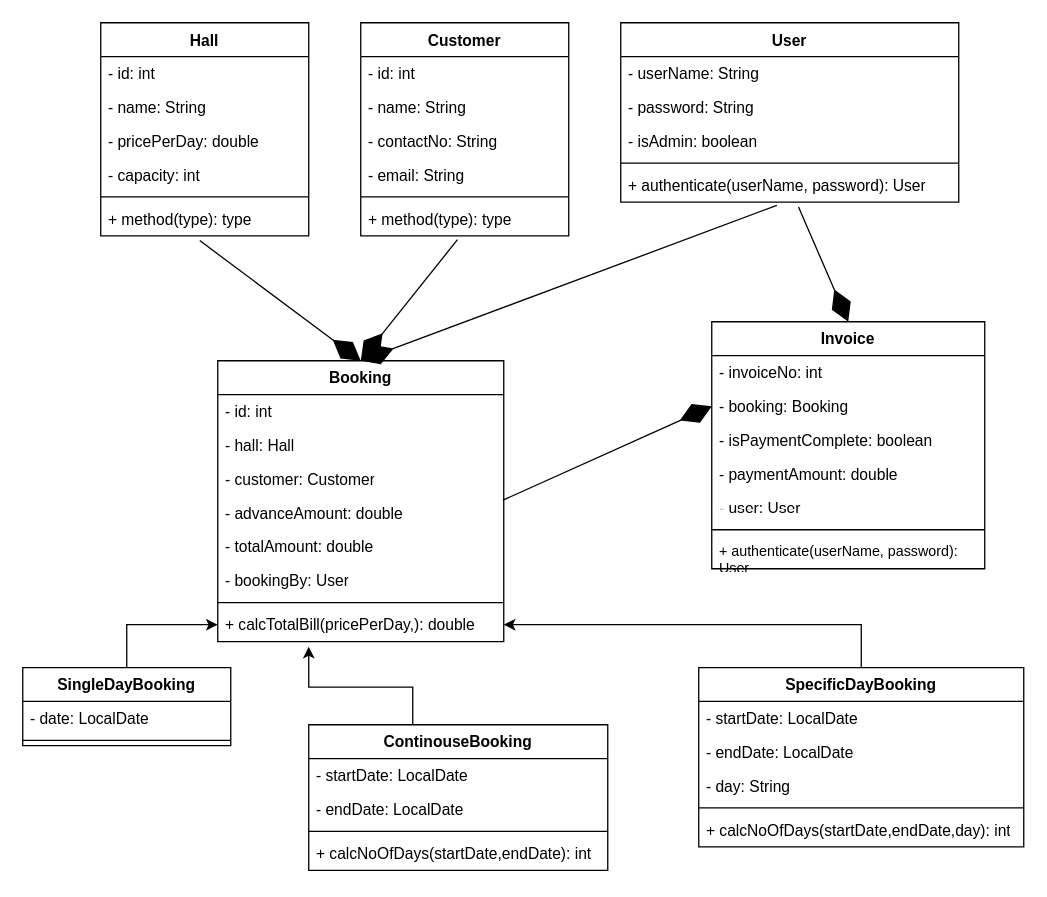
The draw.io diagram Untitled Diagram.drawio in hchamikadilshan/test, before the edit. Source tidied: cells renumbered, new cells numbered last; positions are measured from the earlier drawing's top-left corner, leaving out a move shared by most shapes. Both pictures are drawn from the tidied source at 130%, with x=0, y=0 at pixel (22, 22).
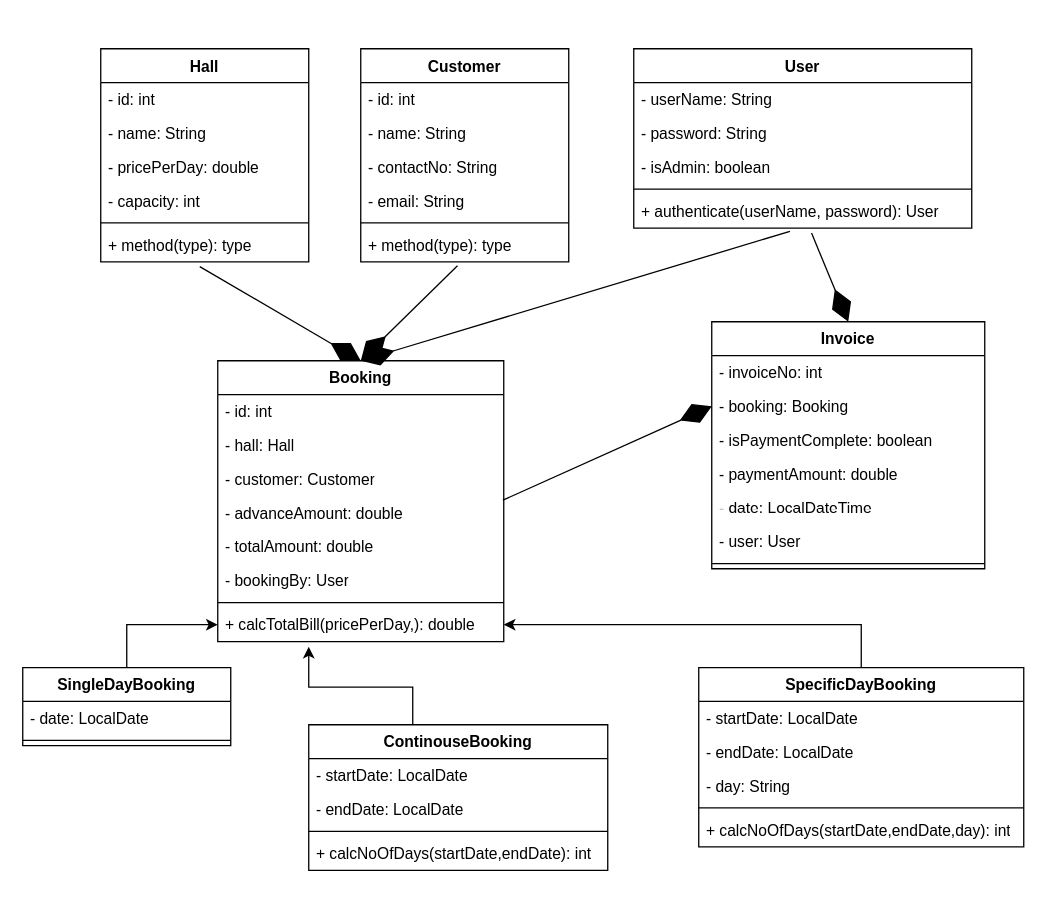
The same page after the edit.

The change refers to these unchanged cells:
```xml
<mxCell id="51" value="Invoice" style="swimlane;fontStyle=1;align=center;verticalAlign=top;horizontal=1;startSize=26;whiteSpace=wrap;html=1;shadow=0;glass=0;" parent="1" vertex="1">
  <mxGeometry x="530" y="230" width="210" height="190" as="geometry" />
</mxCell>
```

Change to the diagram source:
```diff
@@
     <mxCell id="2" value="Hall" style="swimlane;fontStyle=1;align=center;verticalAlign=top;horizontal=1;startSize=26;whiteSpace=wrap;html=1;" parent="1" vertex="1">
-      <mxGeometry x="60" width="160" height="164" as="geometry" />
+      <mxGeometry x="60" y="20" width="160" height="164" as="geometry" />
     </mxCell>
@@
     <mxCell id="9" value="Customer" style="swimlane;fontStyle=1;align=center;verticalAlign=top;horizontal=1;startSize=26;whiteSpace=wrap;html=1;" parent="1" vertex="1">
-      <mxGeometry x="260" width="160" height="164" as="geometry" />
+      <mxGeometry x="260" y="20" width="160" height="164" as="geometry" />
     </mxCell>
@@
     <mxCell id="16" value="User" style="swimlane;fontStyle=1;align=center;verticalAlign=top;horizontal=1;startSize=26;whiteSpace=wrap;html=1;shadow=0;glass=0;" parent="1" vertex="1">
-      <mxGeometry x="460" width="260" height="138" as="geometry" />
+      <mxGeometry x="470" y="20" width="260" height="138" as="geometry" />
     </mxCell>
@@
+    <mxCell id="61" value="- date: LocalDateTime" style="text;strokeColor=none;fillColor=none;align=left;verticalAlign=top;spacingLeft=4;spacingRight=4;overflow=hidden;whiteSpace=wrap;html=1;" parent="51" vertex="1">
+      <mxGeometry y="130" width="210" height="26" as="geometry" />
+    </mxCell>
     <mxCell id="56" value="- user: User" style="text;strokeColor=none;fillColor=none;align=left;verticalAlign=top;spacingLeft=4;spacingRight=4;overflow=hidden;whiteSpace=wrap;html=1;" parent="51" vertex="1">
-      <mxGeometry y="130" width="210" height="26" as="geometry" />
+      <mxGeometry y="156" width="210" height="26" as="geometry" />
     </mxCell>
     <mxCell id="57" style="line;strokeWidth=1;fillColor=none;align=left;verticalAlign=middle;spacingTop=-1;spacingLeft=3;spacingRight=3;labelPosition=right;strokeColor=inherit;" parent="51" vertex="1">
-      <mxGeometry y="156" width="210" height="8" as="geometry" />
+      <mxGeometry y="182" width="210" height="8" as="geometry" />
     </mxCell>
-    <mxCell id="58" value="&lt;font style=&quot;font-size: 11px;&quot;&gt;+ authenticate(userName, password): User&lt;/font&gt;" style="text;strokeColor=none;fillColor=none;align=left;verticalAlign=top;spacingLeft=4;spacingRight=4;overflow=hidden;html=1;imageAspect=0;fontSize=11;whiteSpace=wrap;" parent="51" vertex="1">
-      <mxGeometry y="164" width="210" height="26" as="geometry" />
-    </mxCell>
```
